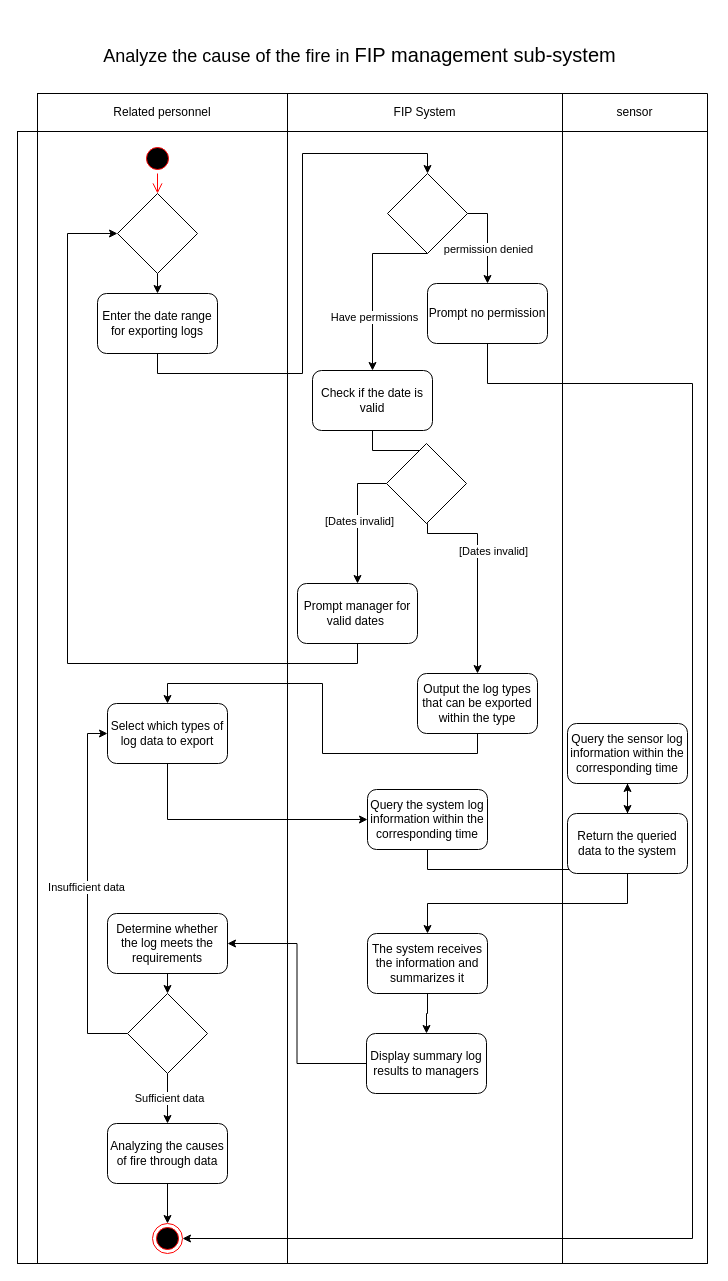
Earlier version of the draw.io diagram 未命名绘图.drawio (demosRun/INFO6030). Source tidied: cells renumbered, new cells numbered last; positions are measured from the earlier drawing's top-left corner, leaving out a move shared by most shapes. Both pictures are drawn from the tidied source at 100%, with x=0, y=0 at pixel (17, 17).
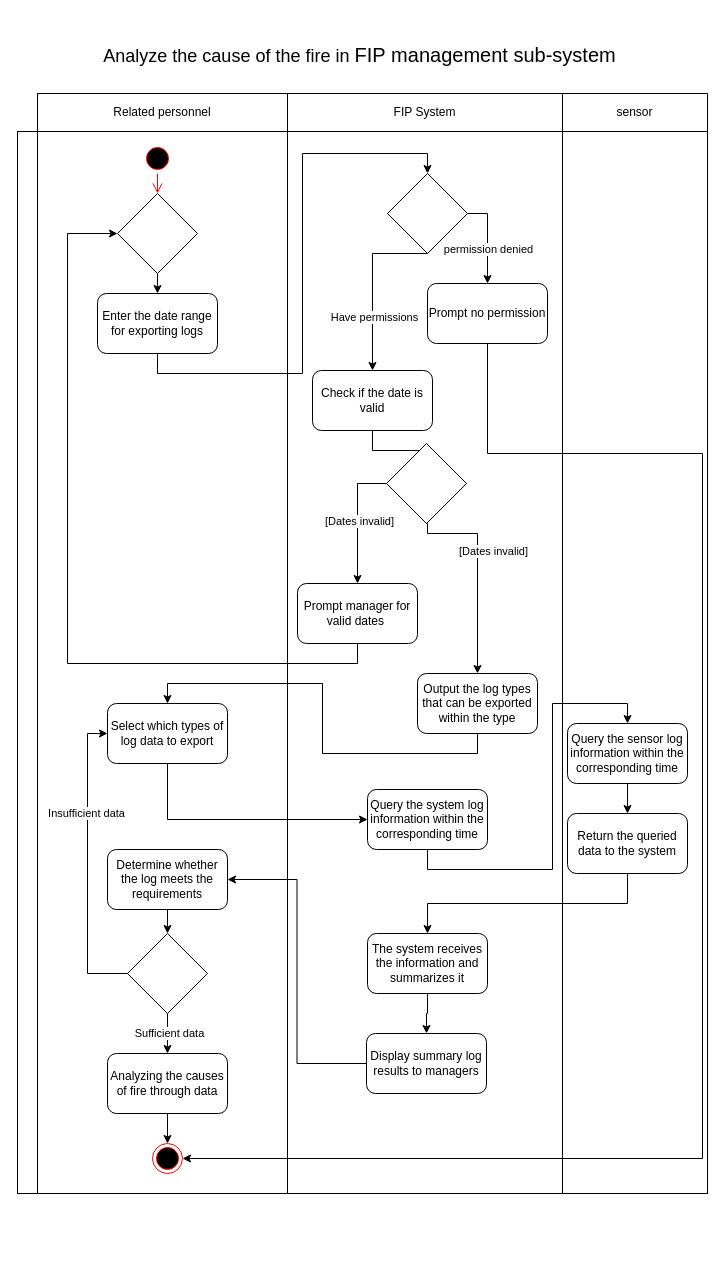
After the change.

Commit message:
未命名绘图.drawio

Unchanged cells that the change refers to:
```xml
<mxCell id="27" value="Query the system log information within the corresponding time" style="rounded=1;whiteSpace=wrap;html=1;" parent="1" vertex="1">
  <mxGeometry x="350" y="772" width="120" height="60" as="geometry" />
</mxCell>
<mxCell id="29" value="Query the sensor log information within the corresponding time" style="rounded=1;whiteSpace=wrap;html=1;" parent="1" vertex="1">
  <mxGeometry x="550" y="706" width="120" height="60" as="geometry" />
</mxCell>
<mxCell id="31" value="Return the queried data to the system" style="rounded=1;whiteSpace=wrap;html=1;" parent="1" vertex="1">
  <mxGeometry x="550" y="796" width="120" height="60" as="geometry" />
</mxCell>
<mxCell id="40" style="edgeStyle=orthogonalEdgeStyle;rounded=0;jettySize=auto;html=1;exitX=0;exitY=0.5;exitDx=0;exitDy=0;entryX=0;entryY=0.5;entryDx=0;entryDy=0;" parent="1" edge="1" source="44" target="46">
  <mxGeometry relative="1" as="geometry" />
</mxCell>
<mxCell id="58" value="Prompt no permission" style="rounded=1;whiteSpace=wrap;html=1;" parent="1" vertex="1">
  <mxGeometry x="410" y="266" width="120" height="60" as="geometry" />
</mxCell>
```

What changed in the source:
```diff
@@
     <mxCell id="2" value="&lt;font style=&quot;font-size: 18px;&quot;&gt;Analyze the cause of the fire&amp;nbsp;in&amp;nbsp;&lt;span style=&quot;accent-color: auto; place-content: normal; place-items: normal; place-self: auto; alignment-baseline: auto; anchor-name: none; animation: 0s ease 0s 1 normal none running none; animation-composition: replace; app-region: none; appearance: none; aspect-ratio: auto; backdrop-filter: none; backface-visibility: visible; background: none 0% 0% / auto repeat scroll padding-box border-box rgba(0, 0, 0, 0); background-blend-mode: normal; baseline-shift: 0px; baseline-source: auto; border-image: none 100% / 1 / 0 stretch; border-color: rgb(0, 0, 0); border-collapse: separate; border-end-end-radius: 0px; border-end-start-radius: 0px; border-width: 0px; border-style: none; border-spacing: 0px; border-start-end-radius: 0px; border-start-start-radius: 0px; border-radius: 0px; inset: auto; box-shadow: none; box-sizing: content-box; break-after: auto; break-before: auto; break-inside: auto; buffered-rendering: auto; caption-side: top; caret-color: rgb(0, 0, 0); clear: none; clip: auto; clip-path: none; clip-rule: nonzero; color-interpolation: srgb; color-interpolation-filters: linearrgb; color-rendering: auto; color-scheme: normal; columns: auto; column-fill: balance; gap: normal; column-rule: 0px rgb(0, 0, 0); column-span: none; contain: none; contain-intrinsic-block-size: none; contain-intrinsic-size: none; contain-intrinsic-inline-size: none; container: none; content: normal; content-visibility: visible; counter-increment: none; counter-reset: none; counter-set: none; cursor: text; cx: 0px; cy: 0px; d: none; direction: ltr; display: inline; dominant-baseline: auto; empty-cells: show; field-sizing: fixed; fill: rgb(0, 0, 0); fill-opacity: 1; fill-rule: nonzero; filter: none; flex: 0 1 auto; flex-flow: row; float: none; flood-color: rgb(0, 0, 0); flood-opacity: 1; font-family: WordVisi_MSFontService, Calibri, Calibri_EmbeddedFont, Calibri_MSFontService, sans-serif; font-feature-settings: normal; font-kerning: none; font-optical-sizing: auto; font-palette: normal; font-size: 20px; font-stretch: 100%; font-synthesis: weight style small-caps; font-variant-ligatures: none; font-variant-numeric: normal; font-variant-east-asian: normal; font-variant-alternates: normal; font-variant-position: normal; font-variation-settings: normal; forced-color-adjust: auto; grid-area: auto; grid: none; height: auto; hyphenate-character: auto; hyphenate-limit-chars: auto; hyphens: manual; image-orientation: from-image; image-rendering: auto; initial-letter: normal; inline-size: auto; inset-area: none; inset-block: auto; inset-inline: auto; isolation: auto; lighting-color: rgb(255, 255, 255); line-break: auto; line-height: 26.9792px; list-style: outside none disc; margin: 0px; marker: none; mask: none; mask-type: luminance; math-depth: 0; math-shift: normal; math-style: normal; max-height: none; max-width: none; min-height: 0px; min-width: 0px; mix-blend-mode: normal; object-fit: fill; object-position: 50% 50%; object-view-box: none; offset: normal; opacity: 1; order: 0; outline: rgb(0, 0, 0) none 0px; outline-offset: 0px; overflow: visible; overflow-anchor: auto; overflow-clip-margin: 0px; overflow-wrap: break-word; overlay: none; overscroll-behavior-block: auto; overscroll-behavior-inline: auto; overscroll-behavior: auto; padding: 0px; page: auto; paint-order: normal; perspective: none; perspective-origin: 0px 0px; pointer-events: auto; position: static; position-anchor: implicit; position-try: none; position-visibility: always; quotes: auto; r: 0px; resize: none; rotate: none; ruby-position: over; rx: auto; ry: auto; scale: none; scroll-behavior: auto; scroll-margin-block: 0px; scroll-margin: 0px; scroll-margin-inline: 0px; scroll-padding-block: auto; scroll-padding: auto; scroll-padding-inline: auto; scroll-snap-align: none; scroll-snap-stop: normal; scroll-snap-type: none; scroll-timeline: none; scrollbar-color: auto; scrollbar-gutter: auto; scrollbar-width: auto; shape-image-threshold: 0; shape-margin: 0px; shape-outside: none; shape-rendering: auto; speak: normal; stop-color: rgb(0, 0, 0); stop-opacity: 1; stroke: none; stroke-dasharray: none; stroke-dashoffset: 0px; stroke-linecap: butt; stroke-linejoin: miter; stroke-miterlimit: 4; stroke-opacity: 1; stroke-width: 1px; tab-size: 8; table-layout: auto; text-align: left; text-align-last: auto; text-anchor: start; text-combine-upright: none; text-decoration-style: solid; text-decoration-color: rgb(0, 0, 0); text-decoration-skip-ink: auto; text-emphasis: none rgb(0, 0, 0); text-emphasis-position: over; text-orientation: mixed; text-overflow: clip; text-rendering: auto; text-shadow: none; text-size-adjust: auto; text-spacing-trim: normal; text-underline-offset: auto; text-underline-position: auto; white-space-collapse: preserve; timeline-scope: none; touch-action: auto; transform: none; transform-box: view-box; transform-origin: 0px 0px; transform-style: flat; transition: all 0s ease 0s; translate: none; unicode-bidi: normal; user-select: text; vector-effect: none; vertical-align: baseline; view-timeline: none; view-transition-class: none; view-transition-name: none; visibility: visible; border-block-end: 0px none rgb(0, 0, 0); border-block-start: 0px none rgb(0, 0, 0); border-inline-end: 0px none rgb(0, 0, 0); -webkit-border-image: none; border-inline-start: 0px none rgb(0, 0, 0); -webkit-box-align: stretch; -webkit-box-decoration-break: slice; -webkit-box-direction: normal; -webkit-box-flex: 0; -webkit-box-ordinal-group: 1; -webkit-box-orient: horizontal; -webkit-box-pack: start; -webkit-font-smoothing: auto; -webkit-line-break: auto; -webkit-locale: &amp;quot;EN-US&amp;quot;; block-size: auto; margin-block: 0px; margin-inline: 0px; -webkit-mask-box-image-source: none; -webkit-mask-box-image-slice: 0 fill; -webkit-mask-box-image-width: auto; -webkit-mask-box-image-outset: 0; -webkit-mask-box-image-repeat: stretch; max-block-size: none; max-inline-size: none; min-block-size: 0px; min-inline-size: 0px; padding-block: 0px; padding-inline: 0px; -webkit-print-color-adjust: economy; -webkit-rtl-ordering: logical; -webkit-ruby-position: before; -webkit-tap-highlight-color: rgba(0, 0, 0, 0); -webkit-text-combine: none; -webkit-text-fill-color: rgb(0, 0, 0); -webkit-text-orientation: vertical-right; -webkit-text-security: none; -webkit-text-stroke-color: rgb(0, 0, 0); -webkit-user-drag: none; -webkit-user-modify: read-only; -webkit-writing-mode: horizontal-tb; width: auto; will-change: auto; word-break: normal; writing-mode: horizontal-tb; x: 0px; y: 0px; z-index: auto; zoom: 1;&quot; class=&quot;TextRun SCXW195484783 BCX0&quot; lang=&quot;EN-US&quot; data-contrast=&quot;auto&quot;&gt;&lt;span class=&quot;NormalTextRun SCXW195484783 BCX0&quot;&gt;FIP management sub-system&lt;/span&gt;&lt;/span&gt;&amp;nbsp;&lt;/font&gt;" style="shape=table;html=1;whiteSpace=wrap;startSize=76;childLayout=tableLayout;fillColor=none;swimlaneFillColor=#ffffff;strokeColor=none;" parent="1" vertex="1">
-      <mxGeometry width="690" height="1246" as="geometry" />
+      <mxGeometry width="690" height="1176" as="geometry" />
     </mxCell>
@@
     <mxCell id="8" style="shape=partialRectangle;html=1;whiteSpace=wrap;fillColor=none;top=1;left=1;bottom=1;right=1;" parent="2" vertex="1">
-      <mxGeometry y="114" width="690" height="1132" as="geometry" />
+      <mxGeometry y="114" width="690" height="1062" as="geometry" />
     </mxCell>
     <mxCell id="9" style="shape=partialRectangle;html=1;whiteSpace=wrap;fillColor=none;top=1;left=1;bottom=1;right=1;overflow=hidden;horizontal=0;" parent="8" vertex="1">
-      <mxGeometry width="20" height="1132" as="geometry" />
+      <mxGeometry width="20" height="1062" as="geometry" />
     </mxCell>
     <mxCell id="10" style="shape=partialRectangle;html=1;whiteSpace=wrap;fillColor=none;top=1;left=1;bottom=1;right=1;overflow=hidden;" parent="8" vertex="1">
-      <mxGeometry x="20" width="250" height="1132" as="geometry" />
+      <mxGeometry x="20" width="250" height="1062" as="geometry" />
     </mxCell>
     <mxCell id="11" style="shape=partialRectangle;html=1;whiteSpace=wrap;fillColor=none;top=1;left=1;bottom=1;right=1;overflow=hidden;" parent="8" vertex="1">
-      <mxGeometry x="270" width="275" height="1132" as="geometry" />
+      <mxGeometry x="270" width="275" height="1062" as="geometry" />
     </mxCell>
     <mxCell id="12" style="shape=partialRectangle;html=1;whiteSpace=wrap;fillColor=none;top=1;left=1;bottom=1;right=1;overflow=hidden;" parent="8" vertex="1">
-      <mxGeometry x="545" width="145" height="1132" as="geometry" />
+      <mxGeometry x="545" width="145" height="1062" as="geometry" />
     </mxCell>
@@
-    <mxCell id="26" style="edgeStyle=orthogonalEdgeStyle;rounded=0;jettySize=auto;html=1;exitX=0.5;exitY=1;exitDx=0;exitDy=0;" parent="1" edge="1" source="27" target="29">
-      <mxGeometry relative="1" as="geometry" />
+    <mxCell id="26" style="edgeStyle=orthogonalEdgeStyle;rounded=0;jettySize=auto;html=1;exitX=0.5;exitY=1;exitDx=0;exitDy=0;entryX=0.5;entryY=0;entryDx=0;entryDy=0;" parent="1" edge="1" source="27" target="29">
+      <mxGeometry relative="1" as="geometry">
+        <Array as="points">
+          <mxPoint x="410" y="852" />
+          <mxPoint x="535" y="852" />
+          <mxPoint x="535" y="686" />
+          <mxPoint x="610" y="686" />
+        </Array>
+      </mxGeometry>
     </mxCell>
@@
-    <mxCell id="28" style="edgeStyle=orthogonalEdgeStyle;rounded=0;jettySize=auto;html=1;exitX=0.5;exitY=1;exitDx=0;exitDy=0;entryX=0.5;entryY=0;entryDx=0;entryDy=0;" parent="1" edge="1" source="29" target="31">
+    <mxCell id="28" style="edgeStyle=orthogonalEdgeStyle;rounded=0;jettySize=auto;html=1;exitX=0.5;exitY=1;exitDx=0;exitDy=0;" parent="1" edge="1" source="29" target="31">
       <mxGeometry relative="1" as="geometry" />
     </mxCell>
@@
     <mxCell id="37" value="Determine whether the log meets the requirements" style="rounded=1;whiteSpace=wrap;html=1;" parent="1" vertex="1">
-      <mxGeometry x="90" y="896" width="120" height="60" as="geometry" />
+      <mxGeometry x="90" y="832" width="120" height="60" as="geometry" />
     </mxCell>
@@
     <mxCell id="39" value="Analyzing the causes of fire through data" style="rounded=1;whiteSpace=wrap;html=1;" parent="1" vertex="1">
-      <mxGeometry x="90" y="1106" width="120" height="60" as="geometry" />
+      <mxGeometry x="90" y="1036" width="120" height="60" as="geometry" />
     </mxCell>
@@
     <mxCell id="41" value="Insufficient data" style="edgeLabel;html=1;align=center;verticalAlign=middle;" parent="40" vertex="1">
-      <mxGeometry x="0.04" y="2" relative="1" as="geometry" />
+      <mxGeometry x="0.04" y="2" relative="1" as="geometry">
+        <mxPoint y="-45" as="offset" />
+      </mxGeometry>
     </mxCell>
@@
     <mxCell id="44" style="rhombus;whiteSpace=wrap;html=1;" parent="1" vertex="1">
-      <mxGeometry x="110" y="976" width="80" height="80" as="geometry" />
+      <mxGeometry x="110" y="916" width="80" height="80" as="geometry" />
     </mxCell>
@@
     <mxCell id="49" style="ellipse;html=1;shape=endState;fillColor=#000000;strokeColor=#ff0000;" parent="1" vertex="1">
-      <mxGeometry x="135" y="1206" width="30" height="30" as="geometry" />
+      <mxGeometry x="135" y="1126" width="30" height="30" as="geometry" />
     </mxCell>
@@
     <mxCell id="57" style="edgeStyle=orthogonalEdgeStyle;rounded=0;jettySize=auto;html=1;exitX=0.5;exitY=1;exitDx=0;exitDy=0;entryX=1;entryY=0.5;entryDx=0;entryDy=0;" parent="1" edge="1" source="58" target="49">
       <mxGeometry relative="1" as="geometry">
         <Array as="points">
-          <mxPoint x="470" y="366" />
-          <mxPoint x="675" y="366" />
-          <mxPoint x="675" y="1221" />
+          <mxPoint x="470" y="436" />
+          <mxPoint x="685" y="436" />
+          <mxPoint x="685" y="1141" />
         </Array>
       </mxGeometry>
     </mxCell>
```
